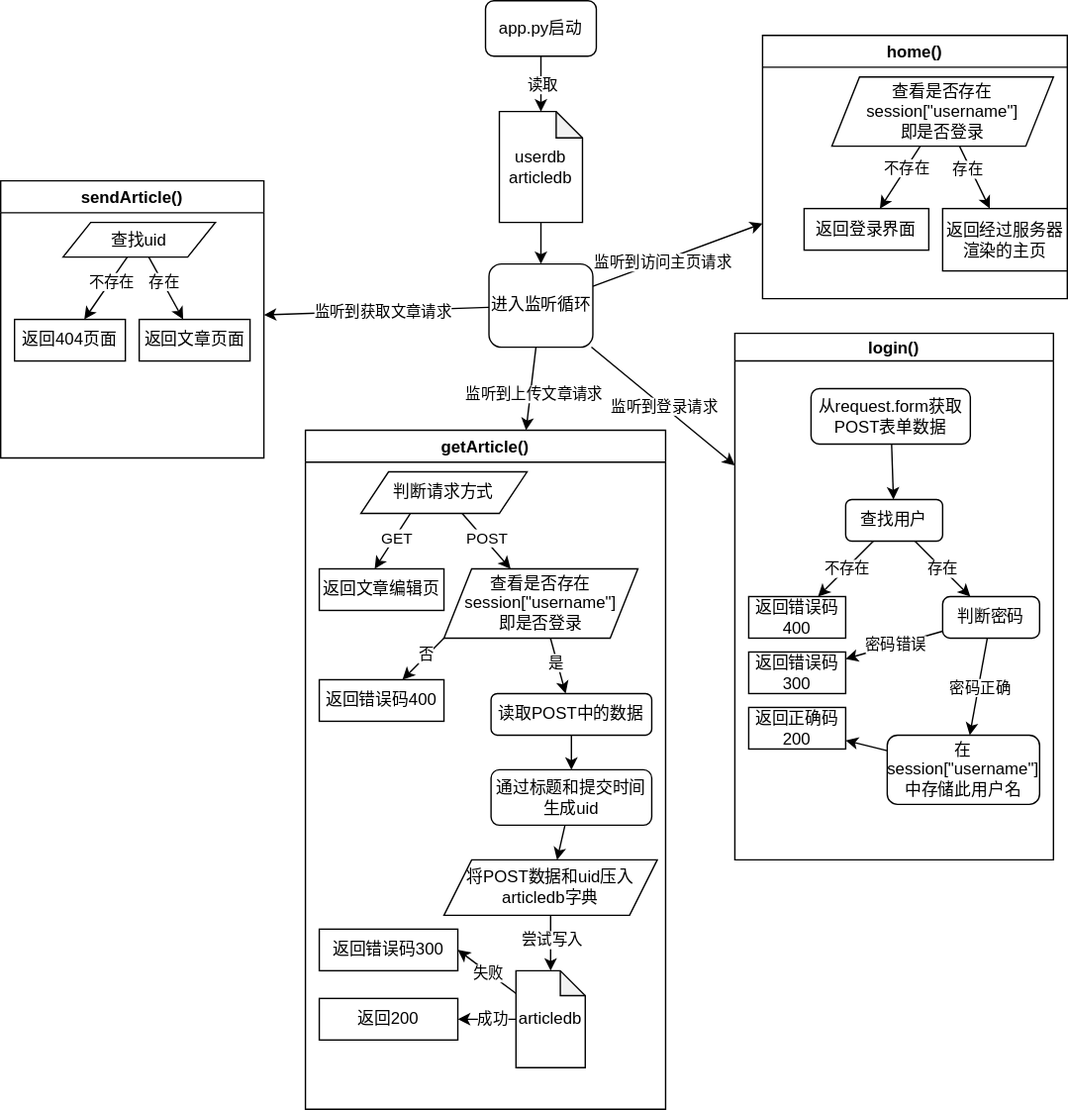
The draw.io diagram program_flow.drawio.svg in AndersonPineap/leaftech-website, before a commit. Source tidied: cells renumbered, new cells last; positions are measured from the earlier drawing's top-left corner, leaving out a move shared by most shapes.
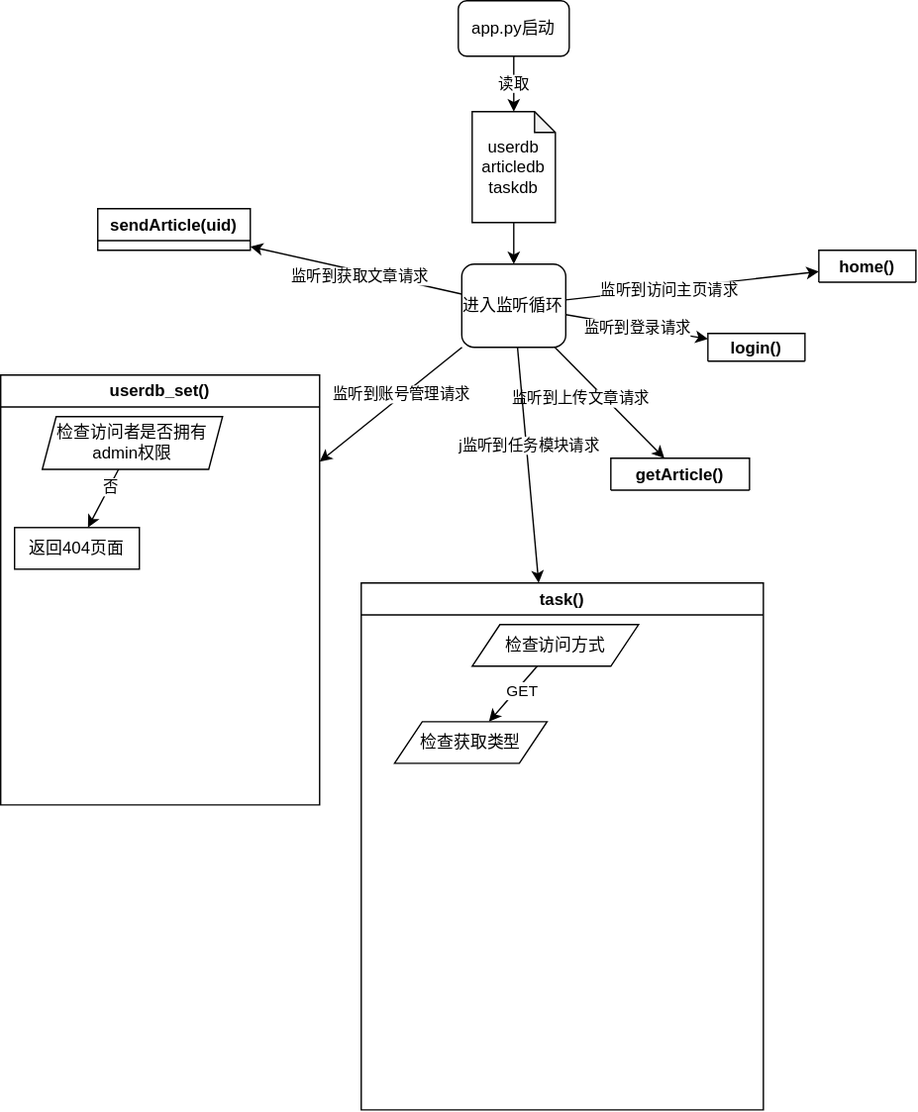
The same diagram one commit later.

The edit, as a diff of the source:
```diff
@@ -5,7 +5,7 @@
     <mxCell id="2" value="app.py启动" style="rounded=1;whiteSpace=wrap;html=1;" parent="1" vertex="1">
       <mxGeometry x="350" width="80" height="40" as="geometry" />
     </mxCell>
-    <mxCell id="3" value="userdb&lt;br&gt;articledb" style="shape=note;whiteSpace=wrap;html=1;backgroundOutline=1;darkOpacity=0.05;size=19;" parent="1" vertex="1">
+    <mxCell id="3" value="userdb&lt;br&gt;articledb&lt;br&gt;taskdb" style="shape=note;whiteSpace=wrap;html=1;backgroundOutline=1;darkOpacity=0.05;size=15;" parent="1" vertex="1">
       <mxGeometry x="360" y="80" width="60" height="80" as="geometry" />
     </mxCell>
     <mxCell id="4" style="endArrow=classic;html=1;" parent="1" edge="1" source="2" target="3">
@@ -39,216 +39,72 @@
         <mxPoint x="-13" y="-1" as="offset" />
       </mxGeometry>
     </mxCell>
+    <mxCell id="77" style="edgeStyle=none;html=1;" parent="1" edge="1" source="13" target="84">
+      <mxGeometry relative="1" as="geometry" />
+    </mxCell>
+    <mxCell id="78" value="j监听到任务模块请求" style="edgeLabel;html=1;align=center;verticalAlign=middle;" parent="77" vertex="1">
+      <mxGeometry x="-0.17" y="2" relative="1" as="geometry" />
+    </mxCell>
+    <mxCell id="79" style="edgeStyle=none;html=1;" parent="1" edge="1" source="13" target="81">
+      <mxGeometry relative="1" as="geometry" />
+    </mxCell>
+    <mxCell id="80" value="监听到账号管理请求" style="edgeLabel;html=1;align=center;verticalAlign=middle;" parent="79" vertex="1">
+      <mxGeometry x="-0.17" y="-2" relative="1" as="geometry">
+        <mxPoint y="1" as="offset" />
+      </mxGeometry>
+    </mxCell>
     <mxCell id="13" value="进入监听循环" style="rounded=1;whiteSpace=wrap;html=1;" parent="1" vertex="1">
       <mxGeometry x="352.5" y="190" width="75" height="60" as="geometry" />
     </mxCell>
-    <mxCell id="14" value="login()" style="swimlane;startSize=20;" parent="1" vertex="1">
-      <mxGeometry x="530" y="240" width="230" height="380" as="geometry" />
+    <mxCell id="14" value="login()" style="swimlane;startSize=20;" parent="1" vertex="1" collapsed="1">
+      <mxGeometry x="530" y="240" width="70" height="20" as="geometry" />
     </mxCell>
-    <mxCell id="15" value="查找用户" style="rounded=1;whiteSpace=wrap;html=1;" parent="14" vertex="1">
-      <mxGeometry x="80" y="120" width="70" height="30" as="geometry" />
-    </mxCell>
-    <mxCell id="16" style="endArrow=classic;html=1;" parent="14" edge="1" source="15" target="22">
-      <mxGeometry relative="1" as="geometry" />
-    </mxCell>
-    <mxCell id="17" value="不存在" style="edgeLabel;html=1;align=center;verticalAlign=middle;" parent="16" vertex="1">
-      <mxGeometry relative="1" as="geometry" />
-    </mxCell>
-    <mxCell id="18" value="从request.form获取POST表单数据" style="rounded=1;whiteSpace=wrap;html=1;" parent="14" vertex="1">
-      <mxGeometry x="55" y="40" width="115" height="40" as="geometry" />
-    </mxCell>
-    <mxCell id="19" style="endArrow=classic;html=1;" parent="14" edge="1" source="15" target="23">
-      <mxGeometry relative="1" as="geometry" />
-    </mxCell>
-    <mxCell id="20" value="存在" style="edgeLabel;html=1;align=center;verticalAlign=middle;" parent="19" vertex="1">
-      <mxGeometry relative="1" as="geometry" />
-    </mxCell>
-    <mxCell id="21" style="endArrow=classic;html=1;" parent="14" edge="1" source="18" target="15">
-      <mxGeometry relative="1" as="geometry" />
-    </mxCell>
-    <mxCell id="22" value="返回错误码400" style="rounded=0;whiteSpace=wrap;html=1;" parent="14" vertex="1">
-      <mxGeometry x="10" y="190" width="70" height="30" as="geometry" />
-    </mxCell>
-    <mxCell id="23" value="判断密码" style="rounded=1;whiteSpace=wrap;html=1;arcSize=18;" parent="14" vertex="1">
-      <mxGeometry x="150" y="190" width="70" height="30" as="geometry" />
-    </mxCell>
-    <mxCell id="24" value="返回错误码300" style="rounded=0;whiteSpace=wrap;html=1;" parent="14" vertex="1">
-      <mxGeometry x="10" y="230" width="70" height="30" as="geometry" />
-    </mxCell>
-    <mxCell id="25" style="endArrow=classic;html=1;" parent="14" edge="1" source="23" target="24">
-      <mxGeometry relative="1" as="geometry" />
-    </mxCell>
-    <mxCell id="26" value="密码错误" style="edgeLabel;html=1;align=center;verticalAlign=middle;" parent="25" vertex="1">
-      <mxGeometry relative="1" as="geometry" />
-    </mxCell>
-    <mxCell id="27" value="返回正确码200" style="rounded=0;whiteSpace=wrap;html=1;" parent="14" vertex="1">
-      <mxGeometry x="10" y="270" width="70" height="30" as="geometry" />
-    </mxCell>
-    <mxCell id="28" style="edgeStyle=none;html=1;" parent="14" edge="1" source="29" target="27">
-      <mxGeometry relative="1" as="geometry" />
-    </mxCell>
-    <mxCell id="29" value="在session[&quot;username&quot;]中存储此用户名" style="rounded=1;whiteSpace=wrap;html=1;" parent="14" vertex="1">
-      <mxGeometry x="110" y="290" width="110" height="50" as="geometry" />
-    </mxCell>
-    <mxCell id="30" style="endArrow=classic;html=1;" parent="14" edge="1" source="23" target="29">
-      <mxGeometry relative="1" as="geometry" />
-    </mxCell>
-    <mxCell id="31" value="密码正确" style="edgeLabel;html=1;align=center;verticalAlign=middle;" parent="30" vertex="1">
-      <mxGeometry relative="1" as="geometry">
-        <mxPoint x="1" as="offset" />
-      </mxGeometry>
-    </mxCell>
     <mxCell id="32" style="endArrow=classic;html=1;" parent="1" edge="1" source="13" target="14">
       <mxGeometry relative="1" as="geometry" />
     </mxCell>
     <mxCell id="33" value="监听到登录请求" style="edgeLabel;html=1;align=center;verticalAlign=middle;" parent="32" vertex="1">
       <mxGeometry relative="1" as="geometry" />
     </mxCell>
-    <mxCell id="34" value="home()" style="swimlane;" parent="1" vertex="1">
-      <mxGeometry x="550" y="25" width="220" height="190" as="geometry" />
+    <mxCell id="34" value="home()" style="swimlane;" parent="1" vertex="1" collapsed="1">
+      <mxGeometry x="610" y="180" width="70" height="23" as="geometry" />
     </mxCell>
-    <mxCell id="35" value="查看是否存在session[&quot;username&quot;]&lt;br&gt;即是否登录" style="shape=parallelogram;perimeter=parallelogramPerimeter;whiteSpace=wrap;html=1;fixedSize=1;" parent="34" vertex="1">
-      <mxGeometry x="50" y="30" width="160" height="50" as="geometry" />
-    </mxCell>
-    <mxCell id="36" value="返回经过服务器渲染的主页" style="rounded=0;whiteSpace=wrap;html=1;" parent="34" vertex="1">
-      <mxGeometry x="130" y="125" width="90" height="45" as="geometry" />
-    </mxCell>
-    <mxCell id="37" style="edgeStyle=none;html=1;" parent="34" edge="1" source="35" target="36">
-      <mxGeometry relative="1" as="geometry" />
-    </mxCell>
-    <mxCell id="38" value="存在" style="edgeLabel;html=1;align=center;verticalAlign=middle;" parent="37" vertex="1">
-      <mxGeometry x="-0.33" y="-2" relative="1" as="geometry" />
-    </mxCell>
-    <mxCell id="39" value="返回登录界面" style="rounded=0;whiteSpace=wrap;html=1;" parent="34" vertex="1">
-      <mxGeometry x="30" y="125" width="90" height="30" as="geometry" />
-    </mxCell>
-    <mxCell id="40" style="edgeStyle=none;html=1;" parent="34" edge="1" source="35" target="39">
-      <mxGeometry relative="1" as="geometry" />
-    </mxCell>
-    <mxCell id="41" value="不存在" style="edgeLabel;html=1;align=center;verticalAlign=middle;" parent="40" vertex="1">
-      <mxGeometry x="-0.3" relative="1" as="geometry" />
-    </mxCell>
-    <mxCell id="42" value="getArticle()" style="swimlane;" parent="1" vertex="1">
-      <mxGeometry x="220" y="310" width="260" height="490" as="geometry" />
+    <mxCell id="42" value="getArticle()" style="swimlane;" parent="1" vertex="1" collapsed="1">
+      <mxGeometry x="460" y="330" width="100" height="23" as="geometry" />
     </mxCell>
-    <mxCell id="43" style="edgeStyle=none;html=1;" parent="42" edge="1" source="45" target="53">
-      <mxGeometry relative="1" as="geometry" />
-    </mxCell>
-    <mxCell id="44" value="POST" style="edgeLabel;html=1;align=center;verticalAlign=middle;" parent="43" vertex="1">
-      <mxGeometry x="-0.35" relative="1" as="geometry">
-        <mxPoint x="6" y="5" as="offset" />
-      </mxGeometry>
-    </mxCell>
-    <mxCell id="45" value="判断请求方式" style="shape=parallelogram;perimeter=parallelogramPerimeter;whiteSpace=wrap;html=1;fixedSize=1;" parent="42" vertex="1">
-      <mxGeometry x="40" y="30" width="120" height="30" as="geometry" />
-    </mxCell>
-    <mxCell id="46" value="返回文章编辑页" style="rounded=0;whiteSpace=wrap;html=1;" parent="42" vertex="1">
-      <mxGeometry x="10" y="100" width="90" height="30" as="geometry" />
-    </mxCell>
-    <mxCell id="47" style="edgeStyle=none;html=1;" parent="42" edge="1">
-      <mxGeometry relative="1" as="geometry">
-        <mxPoint x="75.7" y="60" as="sourcePoint" />
-        <mxPoint x="50" y="100" as="targetPoint" />
-      </mxGeometry>
-    </mxCell>
+    <mxCell id="69" value="sendArticle(uid)" style="swimlane;" parent="1" vertex="1" collapsed="1">
+      <mxGeometry x="90" y="150" width="110" height="30" as="geometry" />
+    </mxCell>
+    <mxCell id="81" value="userdb_set()" style="swimlane;whiteSpace=wrap;html=1;" parent="1" vertex="1">
+      <mxGeometry x="20" y="270" width="230" height="310" as="geometry" />
+    </mxCell>
+    <mxCell id="82" style="edgeStyle=none;html=1;" parent="81" edge="1" source="83" target="75">
+      <mxGeometry relative="1" as="geometry" />
+    </mxCell>
+    <mxCell id="50" value="否" style="edgeLabel;html=1;align=center;verticalAlign=middle;" parent="82" vertex="1">
+      <mxGeometry x="-0.4" relative="1" as="geometry" />
+    </mxCell>
+    <mxCell id="83" value="检查访问者是否拥有admin权限" style="shape=parallelogram;perimeter=parallelogramPerimeter;whiteSpace=wrap;html=1;fixedSize=1;size=10;" parent="81" vertex="1">
+      <mxGeometry x="30" y="30" width="130" height="38" as="geometry" />
+    </mxCell>
+    <mxCell id="75" value="返回404页面" style="rounded=0;whiteSpace=wrap;html=1;" parent="81" vertex="1">
+      <mxGeometry x="10" y="110" width="90" height="30" as="geometry" />
+    </mxCell>
+    <mxCell id="84" value="task()" style="swimlane;whiteSpace=wrap;html=1;" parent="1" vertex="1">
+      <mxGeometry x="280" y="420" width="290" height="380" as="geometry" />
+    </mxCell>
+    <mxCell id="85" style="edgeStyle=none;html=1;" parent="84" edge="1" source="86" target="87">
+      <mxGeometry relative="1" as="geometry" />
+    </mxCell>
-    <mxCell id="48" value="GET" style="edgeLabel;html=1;align=center;verticalAlign=middle;" parent="47" vertex="1">
-      <mxGeometry x="-0.51" y="1" relative="1" as="geometry">
-        <mxPoint x="-5" y="7" as="offset" />
+    <mxCell id="48" value="GET" style="edgeLabel;html=1;align=center;verticalAlign=middle;" parent="85" vertex="1">
+      <mxGeometry x="-0.49" y="2" relative="1" as="geometry">
+        <mxPoint x="-4" y="6" as="offset" />
       </mxGeometry>
     </mxCell>
-    <mxCell id="49" style="edgeStyle=none;html=1;exitX=0;exitY=1;exitDx=0;exitDy=0;" parent="42" edge="1" source="53" target="54">
-      <mxGeometry relative="1" as="geometry" />
-    </mxCell>
-    <mxCell id="50" value="否" style="edgeLabel;html=1;align=center;verticalAlign=middle;" parent="49" vertex="1">
-      <mxGeometry x="-0.47" y="1" relative="1" as="geometry">
-        <mxPoint x="-6" y="3" as="offset" />
-      </mxGeometry>
-    </mxCell>
-    <mxCell id="51" style="edgeStyle=none;html=1;" parent="42" edge="1" source="53" target="56">
-      <mxGeometry relative="1" as="geometry" />
-    </mxCell>
-    <mxCell id="52" value="是" style="edgeLabel;html=1;align=center;verticalAlign=middle;" parent="51" vertex="1">
-      <mxGeometry x="-0.39" relative="1" as="geometry">
-        <mxPoint y="5" as="offset" />
-      </mxGeometry>
-    </mxCell>
-    <mxCell id="53" value="&lt;span&gt;查看是否存在session[&quot;username&quot;]&lt;/span&gt;&lt;br&gt;&lt;span&gt;即是否登录&lt;/span&gt;" style="shape=parallelogram;perimeter=parallelogramPerimeter;whiteSpace=wrap;html=1;fixedSize=1;" parent="42" vertex="1">
-      <mxGeometry x="100" y="100" width="140" height="50" as="geometry" />
-    </mxCell>
-    <mxCell id="54" value="返回错误码400" style="rounded=0;whiteSpace=wrap;html=1;" parent="42" vertex="1">
-      <mxGeometry x="10" y="180" width="90" height="30" as="geometry" />
-    </mxCell>
-    <mxCell id="55" style="edgeStyle=none;html=1;" parent="42" edge="1" source="56" target="58">
-      <mxGeometry relative="1" as="geometry" />
-    </mxCell>
-    <mxCell id="56" value="&lt;span&gt;读取POST中的数据&lt;/span&gt;" style="rounded=1;whiteSpace=wrap;html=1;" parent="42" vertex="1">
-      <mxGeometry x="134" y="190" width="116" height="30" as="geometry" />
-    </mxCell>
-    <mxCell id="57" style="edgeStyle=none;html=1;" parent="42" edge="1" source="58" target="61">
-      <mxGeometry relative="1" as="geometry" />
-    </mxCell>
-    <mxCell id="58" value="通过标题和提交时间生成uid" style="rounded=1;whiteSpace=wrap;html=1;" parent="42" vertex="1">
-      <mxGeometry x="134" y="245" width="116" height="40" as="geometry" />
-    </mxCell>
-    <mxCell id="59" style="edgeStyle=none;html=1;" parent="42" edge="1" source="61" target="66">
-      <mxGeometry relative="1" as="geometry" />
-    </mxCell>
-    <mxCell id="60" value="尝试写入" style="edgeLabel;html=1;align=center;verticalAlign=middle;" parent="59" vertex="1">
-      <mxGeometry x="-0.44" relative="1" as="geometry">
-        <mxPoint y="6" as="offset" />
-      </mxGeometry>
-    </mxCell>
-    <mxCell id="61" value="将POST数据和uid压入articledb字典" style="shape=parallelogram;perimeter=parallelogramPerimeter;whiteSpace=wrap;html=1;fixedSize=1;" parent="42" vertex="1">
-      <mxGeometry x="100" y="310" width="154" height="40" as="geometry" />
-    </mxCell>
-    <mxCell id="62" style="edgeStyle=none;html=1;entryX=1;entryY=0.5;entryDx=0;entryDy=0;" parent="42" edge="1" source="66" target="67">
-      <mxGeometry relative="1" as="geometry" />
-    </mxCell>
-    <mxCell id="63" value="失败" style="edgeLabel;html=1;align=center;verticalAlign=middle;" parent="62" vertex="1">
-      <mxGeometry x="-0.32" y="1" relative="1" as="geometry">
-        <mxPoint x="-5" y="-5" as="offset" />
-      </mxGeometry>
-    </mxCell>
-    <mxCell id="64" style="edgeStyle=none;html=1;" parent="42" edge="1" source="66" target="68">
-      <mxGeometry relative="1" as="geometry" />
-    </mxCell>
-    <mxCell id="65" value="成功" style="edgeLabel;html=1;align=center;verticalAlign=middle;" parent="64" vertex="1">
-      <mxGeometry x="0.17" y="-1" relative="1" as="geometry">
-        <mxPoint x="7" as="offset" />
-      </mxGeometry>
-    </mxCell>
-    <mxCell id="66" value="articledb" style="shape=note;whiteSpace=wrap;html=1;backgroundOutline=1;darkOpacity=0.05;size=18;" parent="42" vertex="1">
-      <mxGeometry x="152" y="390" width="50" height="70" as="geometry" />
-    </mxCell>
-    <mxCell id="67" value="返回错误码300" style="rounded=0;whiteSpace=wrap;html=1;" parent="42" vertex="1">
-      <mxGeometry x="10" y="360" width="100" height="30" as="geometry" />
-    </mxCell>
-    <mxCell id="68" value="返回200" style="rounded=0;whiteSpace=wrap;html=1;" parent="42" vertex="1">
-      <mxGeometry x="10" y="410" width="100" height="30" as="geometry" />
-    </mxCell>
-    <mxCell id="69" value="sendArticle()" style="swimlane;" parent="1" vertex="1">
-      <mxGeometry y="130" width="190" height="200" as="geometry" />
-    </mxCell>
-    <mxCell id="70" style="edgeStyle=none;html=1;" parent="69" edge="1" source="74" target="75">
-      <mxGeometry relative="1" as="geometry" />
-    </mxCell>
-    <mxCell id="71" value="不存在" style="edgeLabel;html=1;align=center;verticalAlign=middle;" parent="70" vertex="1">
-      <mxGeometry x="-0.25" relative="1" as="geometry" />
-    </mxCell>
-    <mxCell id="72" style="edgeStyle=none;html=1;" parent="69" edge="1" source="74" target="76">
-      <mxGeometry relative="1" as="geometry" />
-    </mxCell>
-    <mxCell id="73" value="存在" style="edgeLabel;html=1;align=center;verticalAlign=middle;" parent="72" vertex="1">
-      <mxGeometry x="-0.2" y="1" relative="1" as="geometry" />
-    </mxCell>
-    <mxCell id="74" value="查找uid" style="shape=parallelogram;perimeter=parallelogramPerimeter;whiteSpace=wrap;html=1;fixedSize=1;" parent="69" vertex="1">
-      <mxGeometry x="45" y="30" width="110" height="25" as="geometry" />
-    </mxCell>
-    <mxCell id="75" value="返回404页面" style="rounded=0;whiteSpace=wrap;html=1;" parent="69" vertex="1">
-      <mxGeometry x="10" y="100" width="80" height="30" as="geometry" />
-    </mxCell>
-    <mxCell id="76" value="返回文章页面" style="rounded=0;whiteSpace=wrap;html=1;" parent="69" vertex="1">
-      <mxGeometry x="100" y="100" width="80" height="30" as="geometry" />
-    </mxCell>
+    <mxCell id="86" value="检查访问方式" style="shape=parallelogram;perimeter=parallelogramPerimeter;whiteSpace=wrap;html=1;fixedSize=1;" parent="84" vertex="1">
+      <mxGeometry x="80" y="30" width="120" height="30" as="geometry" />
+    </mxCell>
+    <mxCell id="87" value="检查获取类型" style="shape=parallelogram;perimeter=parallelogramPerimeter;whiteSpace=wrap;html=1;fixedSize=1;" parent="84" vertex="1">
+      <mxGeometry x="24" y="100" width="110" height="30" as="geometry" />
+    </mxCell>
   </root>
 </mxGraphModel>
```
